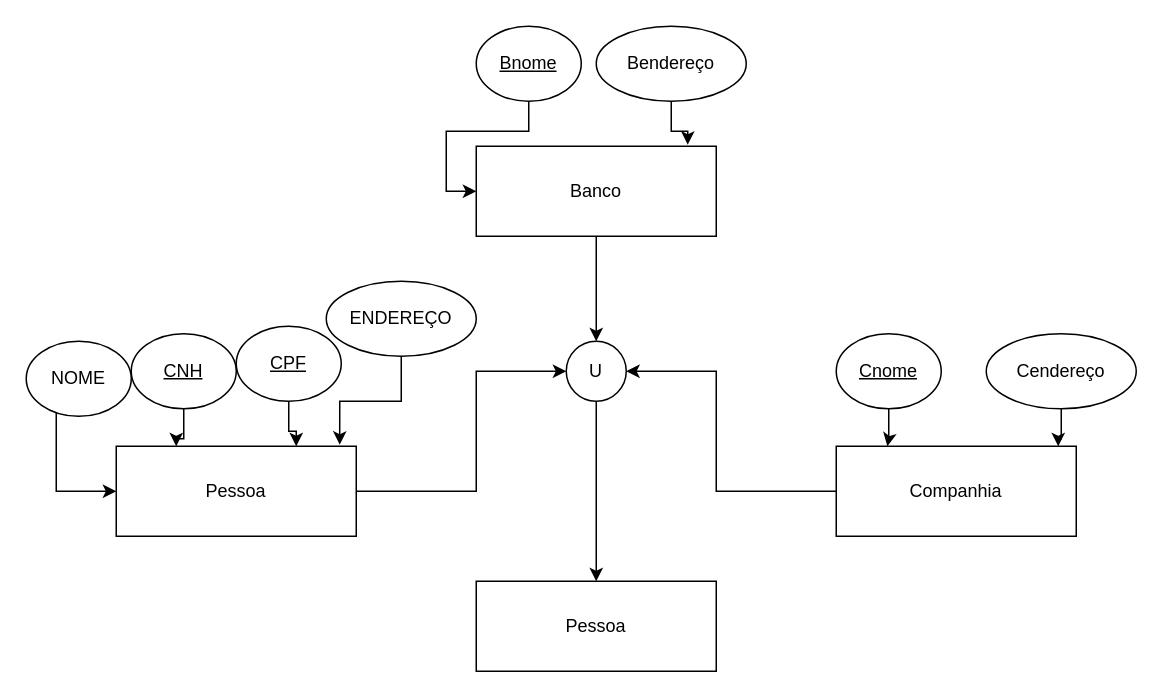
Earlier version of the draw.io diagram exemplos.drawio (ViniDevBR/SQL-Draw.io). Source tidied: cells renumbered, new cells numbered last; positions are measured from the earlier drawing's top-left corner, leaving out a move shared by most shapes. Both pictures are drawn from the tidied source at 150%, with x=0, y=0 at pixel (26, 26).
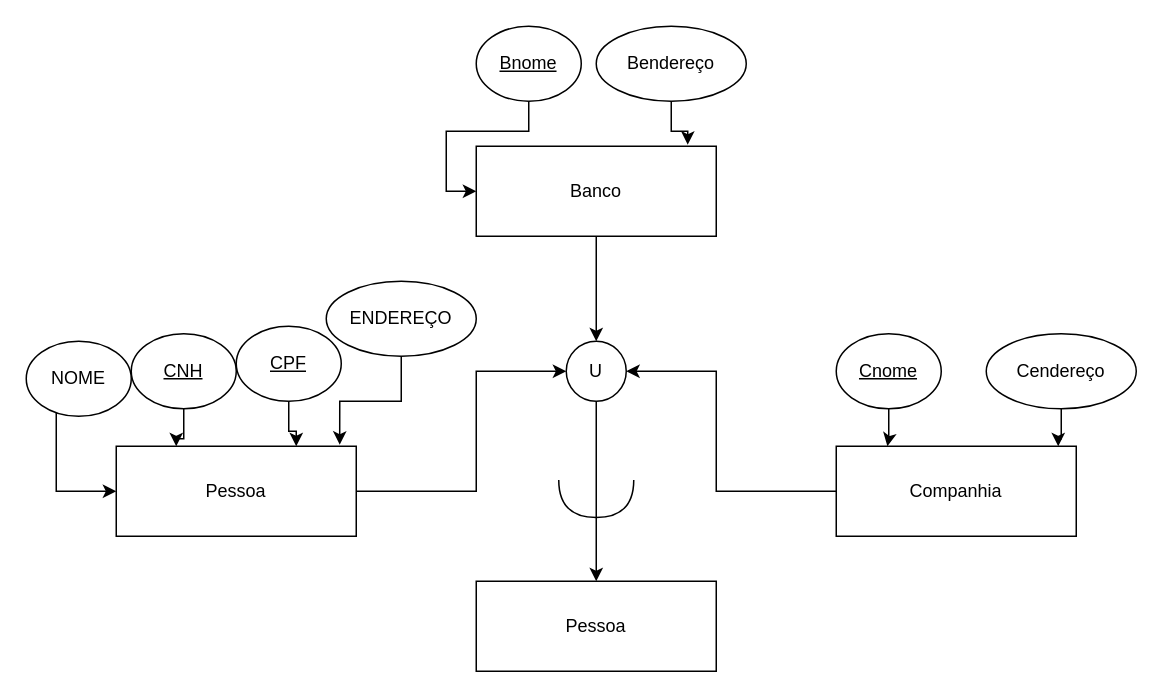
The same diagram, later.

What changed in the source:
```diff
@@
+    <mxCell id="27" style="shape=requiredInterface;html=1;verticalLabelPosition=bottom;sketch=0;labelBorderColor=none;strokeColor=default;rotation=90;" parent="1" vertex="1">
+      <mxGeometry x="367.5" y="290" width="25" height="50" as="geometry" />
+    </mxCell>
```
